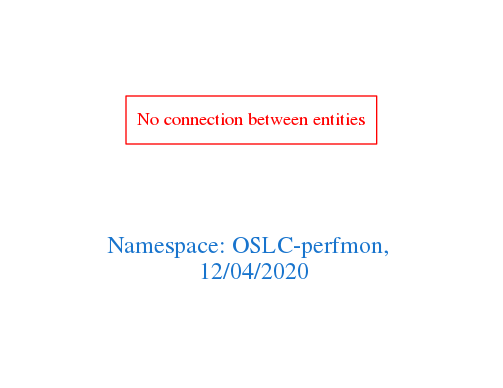
Earlier version of the Graphviz export downloads/OSLC-perfmon.png (arago/OGIT). Its source is kept beside it as downloads/OSLC-perfmon.dot.
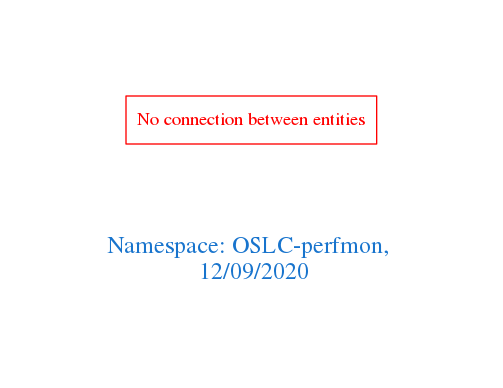
Later version of the same file.

What changed in the source:
```diff
@@ -1,7 +1,7 @@
 digraph OGIT_ontology {
  graph [ rankdir= LR,pad=1
 fontsize = 18,
-fontcolor= dodgerblue3,label = "\n\n\nNamespace: OSLC-perfmon, \n 12/04/2020"];
+fontcolor= dodgerblue3,label = "\n\n\nNamespace: OSLC-perfmon, \n 12/09/2020"];
 node[shape=polygon];
 edge [  color="gray81"];
 
```
